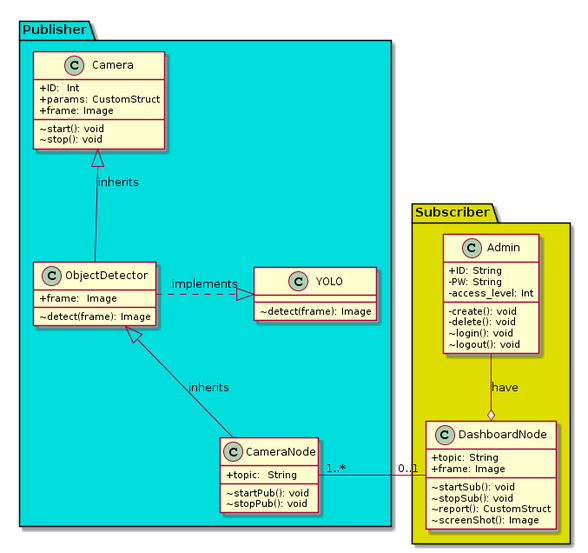
This is UML/Class Diagram/class.png from husmen/Design-Patterns-HW, a PlantUML export, as it was before one commit. Source of this version:
```plantuml
@startuml
skinparam classAttributeIconSize 0

package Subscriber #DDDD00 {

 class Admin{
 +ID: String
 -PW: String
 -access_level: Int
 -create(): void
 -delete(): void
 ~login(): void
 ~logout(): void
}
 class DashboardNode {
 +topic: String
 +frame: Image
 ~startSub(): void
 ~stopSub(): void
 ~report(): CustomStruct
 ~screenShot(): Image
}

  Admin --o DashboardNode: have
}

package Publisher #00DDDD {


  class Camera{
 +ID:  Int
 +params: CustomStruct
 +frame: Image
 ~start(): void
 ~stop(): void
}

  class YOLO{
 ~detect(frame): Image
}

  class ObjectDetector{
 +frame:  Image
 ~detect(frame): Image
}

  class CameraNode{
 +topic:  String
 ~startPub(): void
 ~stopPub(): void
}


  Camera <|-- ObjectDetector: inherits
  ObjectDetector .|> YOLO: implements
  ObjectDetector <|-- CameraNode: inherits
}

DashboardNode "0..1" - "1..*" CameraNode
@enduml
```
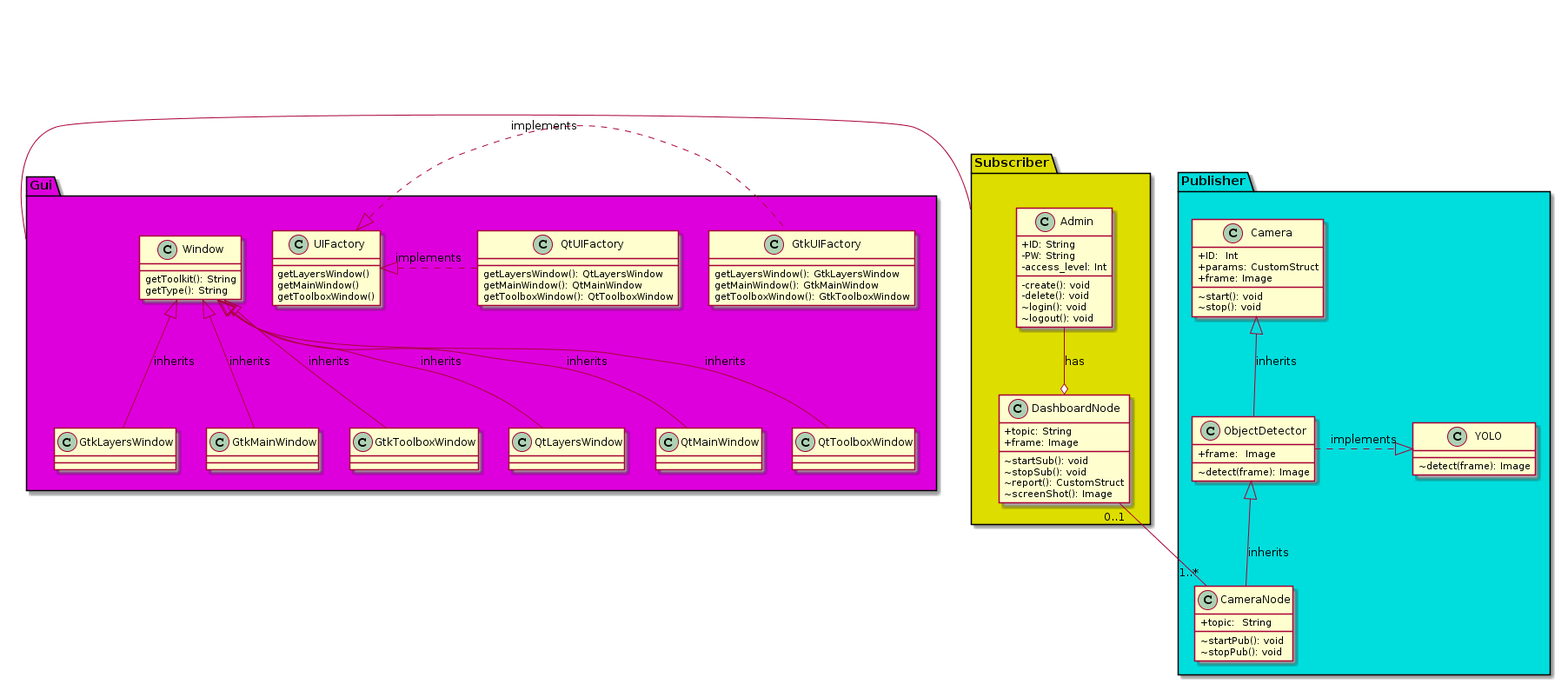
The same file after the commit.

Change to the diagram source:
```diff
@@ -1,5 +1,54 @@
 @startuml
 skinparam classAttributeIconSize 0
+package Gui #DD00DD {
+ class UIFactory{
+ getLayersWindow()
+ getMainWindow()
+ getToolboxWindow()
+ }
+
+ class GtkUIFactory{
+ getLayersWindow(): GtkLayersWindow
+ getMainWindow(): GtkMainWindow
+ getToolboxWindow(): GtkToolboxWindow
+ }
+
+ class QtUIFactory{
+ getLayersWindow(): QtLayersWindow
+ getMainWindow(): QtMainWindow
+ getToolboxWindow(): QtToolboxWindow
+ }
+
+ class Window{
+ getToolkit(): String
+ getType(): String
+ }
+
+ class GtkLayersWindow{
+ }
+ class GtkMainWindow{
+ }
+ class GtkToolboxWindow{
+ }
+
+ class QtLayersWindow{
+ }
+ class QtMainWindow{
+ }
+ class QtToolboxWindow{
+ }
+
+ Window <|-- GtkLayersWindow: inherits
+ Window <|-- GtkMainWindow: inherits
+ Window <|-- GtkToolboxWindow: inherits
+ Window <|-- QtLayersWindow: inherits
+ Window <|-- QtMainWindow: inherits
+ Window <|-- QtToolboxWindow: inherits
+
+ UIFactory <|. GtkUIFactory: implements
+ UIFactory <|. QtUIFactory: implements
+}
+
 
 package Subscriber #DDDD00 {
 
@@ -21,7 +70,7 @@
  ~screenShot(): Image
 }
 
-  Admin --o DashboardNode: have
+  Admin --o DashboardNode: has
 }
 
 package Publisher #00DDDD {
@@ -56,5 +105,6 @@
   ObjectDetector <|-- CameraNode: inherits
 }
 
-DashboardNode "0..1" - "1..*" CameraNode
+DashboardNode "0..1" -- "1..*" CameraNode
+Subscriber - Gui
 @enduml
```
